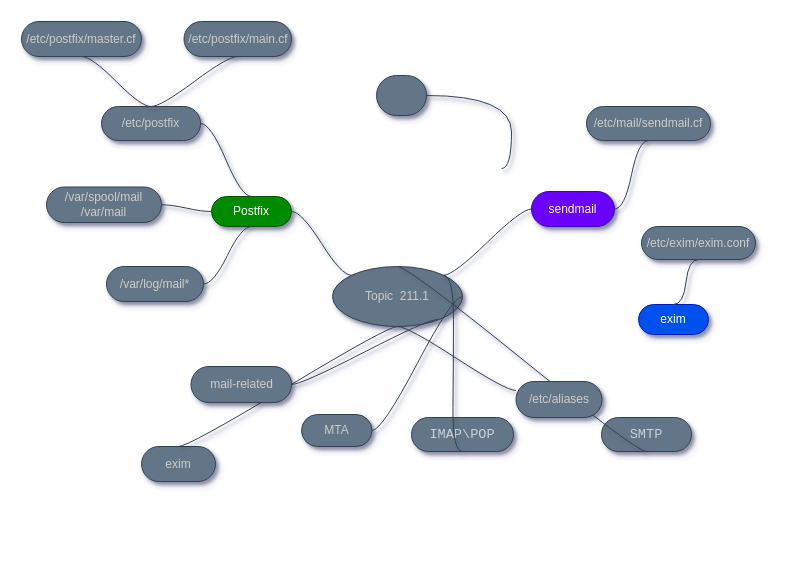
marcossilvestrini/learning-lpic-2-202-450 keeps this draw.io diagram as MindMaps/mindmap-211.1.drawio. Above is the earlier version. Source tidied: cells renumbered, new cells numbered last; positions are measured from the earlier drawing's top-left corner, leaving out a move shared by most shapes. Both pictures are drawn from the tidied source at 100%, with x=0, y=0 at pixel (21, 21).
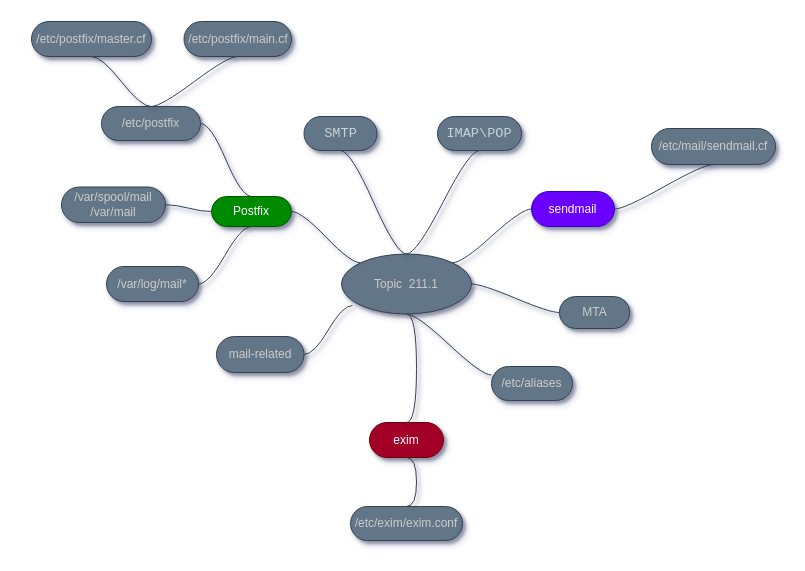
Above is the later version.

Diff of the diagram source:
```diff
@@
     <mxCell id="2" value="Topic&amp;nbsp; 211.1" style="ellipse;whiteSpace=wrap;html=1;align=center;newEdgeStyle={&quot;edgeStyle&quot;:&quot;entityRelationEdgeStyle&quot;,&quot;startArrow&quot;:&quot;none&quot;,&quot;endArrow&quot;:&quot;none&quot;,&quot;segment&quot;:10,&quot;curved&quot;:1};fillColor=#647687;fontColor=#CCCCCC;strokeColor=#314354;shadow=1;sketch=0;" parent="1" vertex="1">
-      <mxGeometry x="311" y="245" width="130" height="60" as="geometry" />
+      <mxGeometry x="320" y="232.5" width="130" height="60" as="geometry" />
     </mxCell>
     <mxCell id="3" value="&lt;pre style=&quot;box-sizing: border-box ; font-family: , , &amp;quot;sf mono&amp;quot; , &amp;quot;menlo&amp;quot; , &amp;quot;consolas&amp;quot; , &amp;quot;liberation mono&amp;quot; , monospace ; font-size: 13.6px ; margin-top: 0px ; margin-bottom: 0px ; overflow-wrap: normal ; padding: 16px ; overflow: auto ; line-height: 1.45 ; border-radius: 6px ; word-break: normal ; color: rgb(201 , 209 , 217)&quot;&gt;SMTP&lt;/pre&gt;" style="whiteSpace=wrap;html=1;rounded=1;arcSize=50;align=center;verticalAlign=middle;strokeWidth=1;spacing=4;newEdgeStyle={&quot;edgeStyle&quot;:&quot;entityRelationEdgeStyle&quot;,&quot;startArrow&quot;:&quot;none&quot;,&quot;endArrow&quot;:&quot;none&quot;,&quot;segment&quot;:10,&quot;curved&quot;:1};fillColor=#647687;fontColor=#CCCCCC;strokeColor=#314354;shadow=1;sketch=0;" parent="1" vertex="1">
-      <mxGeometry x="580" y="396" width="90" height="34" as="geometry" />
+      <mxGeometry x="282.5" y="95" width="73" height="34" as="geometry" />
     </mxCell>
@@
     <mxCell id="5" value="&lt;pre style=&quot;box-sizing: border-box ; font-family: , , &amp;quot;sf mono&amp;quot; , &amp;quot;menlo&amp;quot; , &amp;quot;consolas&amp;quot; , &amp;quot;liberation mono&amp;quot; , monospace ; font-size: 13.6px ; margin-top: 0px ; margin-bottom: 0px ; overflow-wrap: normal ; padding: 16px ; overflow: auto ; line-height: 1.45 ; border-radius: 6px ; word-break: normal ; color: rgb(201 , 209 , 217)&quot;&gt;IMAP\POP&lt;/pre&gt;" style="whiteSpace=wrap;html=1;rounded=1;arcSize=50;align=center;verticalAlign=middle;strokeWidth=1;spacing=4;newEdgeStyle={&quot;edgeStyle&quot;:&quot;entityRelationEdgeStyle&quot;,&quot;startArrow&quot;:&quot;none&quot;,&quot;endArrow&quot;:&quot;none&quot;,&quot;segment&quot;:10,&quot;curved&quot;:1};fillColor=#647687;fontColor=#CCCCCC;strokeColor=#314354;shadow=1;sketch=0;" parent="1" vertex="1">
-      <mxGeometry x="390" y="396" width="102" height="34" as="geometry" />
+      <mxGeometry x="416" y="95" width="84" height="34" as="geometry" />
     </mxCell>
-    <mxCell id="6" style="edgeStyle=entityRelationEdgeStyle;startArrow=none;endArrow=none;segment=10;curved=1;fillColor=#647687;strokeColor=#314354;shadow=1;fontColor=#CCCCCC;sketch=0;exitX=1;exitY=0;exitDx=0;exitDy=0;entryX=0.5;entryY=1;entryDx=0;entryDy=0;" parent="1" edge="1" source="2" target="5">
+    <mxCell id="6" style="edgeStyle=entityRelationEdgeStyle;startArrow=none;endArrow=none;segment=10;curved=1;fillColor=#647687;strokeColor=#314354;shadow=1;fontColor=#CCCCCC;sketch=0;exitX=0.5;exitY=0;exitDx=0;exitDy=0;entryX=0.5;entryY=1;entryDx=0;entryDy=0;" parent="1" edge="1" source="2" target="5">
       <mxGeometry relative="1" as="geometry" />
     </mxCell>
-    <mxCell id="7" value="exim" style="whiteSpace=wrap;html=1;rounded=1;arcSize=50;align=center;verticalAlign=middle;strokeWidth=1;spacing=4;newEdgeStyle={&quot;edgeStyle&quot;:&quot;entityRelationEdgeStyle&quot;,&quot;startArrow&quot;:&quot;none&quot;,&quot;endArrow&quot;:&quot;none&quot;,&quot;segment&quot;:10,&quot;curved&quot;:1};fillColor=#647687;fontColor=#CCCCCC;strokeColor=#314354;shadow=1;sketch=0;" parent="1" vertex="1">
-      <mxGeometry x="120" y="425" width="74" height="35" as="geometry" />
+    <mxCell id="7" value="exim" style="whiteSpace=wrap;html=1;rounded=1;arcSize=50;align=center;verticalAlign=middle;strokeWidth=1;spacing=4;newEdgeStyle={&quot;edgeStyle&quot;:&quot;entityRelationEdgeStyle&quot;,&quot;startArrow&quot;:&quot;none&quot;,&quot;endArrow&quot;:&quot;none&quot;,&quot;segment&quot;:10,&quot;curved&quot;:1};fillColor=#a20025;fontColor=#ffffff;strokeColor=#6F0000;shadow=1;sketch=0;" parent="1" vertex="1">
+      <mxGeometry x="348" y="401" width="74" height="35" as="geometry" />
     </mxCell>
@@
     <mxCell id="9" value="mail-related" style="whiteSpace=wrap;html=1;rounded=1;arcSize=50;align=center;verticalAlign=middle;strokeWidth=1;spacing=4;newEdgeStyle={&quot;edgeStyle&quot;:&quot;entityRelationEdgeStyle&quot;,&quot;startArrow&quot;:&quot;none&quot;,&quot;endArrow&quot;:&quot;none&quot;,&quot;segment&quot;:10,&quot;curved&quot;:1};fillColor=#647687;fontColor=#CCCCCC;strokeColor=#314354;shadow=1;sketch=0;" parent="1" vertex="1">
-      <mxGeometry x="169.5" y="345" width="100.5" height="36" as="geometry" />
+      <mxGeometry x="195" y="315" width="87.5" height="36" as="geometry" />
     </mxCell>
-    <mxCell id="10" style="edgeStyle=entityRelationEdgeStyle;startArrow=none;endArrow=none;segment=10;curved=1;exitX=0.808;exitY=0.883;exitDx=0;exitDy=0;fillColor=#647687;strokeColor=#314354;shadow=1;fontColor=#CCCCCC;sketch=0;exitPerimeter=0;" parent="1" edge="1" source="2" target="9">
+    <mxCell id="10" style="edgeStyle=entityRelationEdgeStyle;startArrow=none;endArrow=none;segment=10;curved=1;exitX=0.085;exitY=0.858;exitDx=0;exitDy=0;fillColor=#647687;strokeColor=#314354;shadow=1;fontColor=#CCCCCC;sketch=0;exitPerimeter=0;" parent="1" edge="1" source="2" target="9">
       <mxGeometry relative="1" as="geometry" />
     </mxCell>
     <mxCell id="11" value="MTA" style="whiteSpace=wrap;html=1;rounded=1;arcSize=50;align=center;verticalAlign=middle;strokeWidth=1;spacing=4;newEdgeStyle={&quot;edgeStyle&quot;:&quot;entityRelationEdgeStyle&quot;,&quot;startArrow&quot;:&quot;none&quot;,&quot;endArrow&quot;:&quot;none&quot;,&quot;segment&quot;:10,&quot;curved&quot;:1};fillColor=#647687;fontColor=#CCCCCC;strokeColor=#314354;shadow=1;sketch=0;" parent="1" vertex="1">
-      <mxGeometry x="280" y="393" width="70.5" height="32" as="geometry" />
+      <mxGeometry x="537.8" y="275" width="70.5" height="32" as="geometry" />
     </mxCell>
@@
     <mxCell id="13" value="/etc/aliases" style="whiteSpace=wrap;html=1;rounded=1;arcSize=50;align=center;verticalAlign=middle;strokeWidth=1;spacing=4;newEdgeStyle={&quot;edgeStyle&quot;:&quot;entityRelationEdgeStyle&quot;,&quot;startArrow&quot;:&quot;none&quot;,&quot;endArrow&quot;:&quot;none&quot;,&quot;segment&quot;:10,&quot;curved&quot;:1};fillColor=#647687;fontColor=#CCCCCC;strokeColor=#314354;shadow=1;sketch=0;" parent="1" vertex="1">
-      <mxGeometry x="494.5" y="360" width="86" height="36" as="geometry" />
+      <mxGeometry x="470" y="345" width="81" height="34" as="geometry" />
     </mxCell>
@@
     <mxCell id="21" value="/var/spool/mail&lt;br&gt;/var/mail" style="whiteSpace=wrap;html=1;rounded=1;arcSize=50;align=center;verticalAlign=middle;strokeWidth=1;spacing=4;newEdgeStyle={&quot;edgeStyle&quot;:&quot;entityRelationEdgeStyle&quot;,&quot;startArrow&quot;:&quot;none&quot;,&quot;endArrow&quot;:&quot;none&quot;,&quot;segment&quot;:10,&quot;curved&quot;:1};fillColor=#647687;fontColor=#CCCCCC;strokeColor=#314354;shadow=1;sketch=0;" parent="1" vertex="1">
-      <mxGeometry x="25" y="165.5" width="115" height="35.5" as="geometry" />
+      <mxGeometry x="40" y="165.5" width="104" height="35.5" as="geometry" />
     </mxCell>
@@
     <mxCell id="23" value="/var/log/mail*" style="whiteSpace=wrap;html=1;rounded=1;arcSize=50;align=center;verticalAlign=middle;strokeWidth=1;spacing=4;newEdgeStyle={&quot;edgeStyle&quot;:&quot;entityRelationEdgeStyle&quot;,&quot;startArrow&quot;:&quot;none&quot;,&quot;endArrow&quot;:&quot;none&quot;,&quot;segment&quot;:10,&quot;curved&quot;:1};fillColor=#647687;fontColor=#CCCCCC;strokeColor=#314354;shadow=1;sketch=0;" parent="1" vertex="1">
-      <mxGeometry x="85" y="245" width="97" height="35" as="geometry" />
+      <mxGeometry x="85" y="245" width="92" height="35" as="geometry" />
     </mxCell>
@@
     <mxCell id="25" value="/etc/postfix/master.cf" style="whiteSpace=wrap;html=1;rounded=1;arcSize=50;align=center;verticalAlign=middle;strokeWidth=1;spacing=4;newEdgeStyle={&quot;edgeStyle&quot;:&quot;entityRelationEdgeStyle&quot;,&quot;startArrow&quot;:&quot;none&quot;,&quot;endArrow&quot;:&quot;none&quot;,&quot;segment&quot;:10,&quot;curved&quot;:1};fillColor=#647687;fontColor=#CCCCCC;strokeColor=#314354;shadow=1;sketch=0;" parent="1" vertex="1">
-      <mxGeometry width="120" height="35" as="geometry" />
+      <mxGeometry x="10" width="120" height="35" as="geometry" />
     </mxCell>
@@
     <mxCell id="29" value="/etc/mail/sendmail.cf" style="whiteSpace=wrap;html=1;rounded=1;arcSize=50;align=center;verticalAlign=middle;strokeWidth=1;spacing=4;newEdgeStyle={&quot;edgeStyle&quot;:&quot;entityRelationEdgeStyle&quot;,&quot;startArrow&quot;:&quot;none&quot;,&quot;endArrow&quot;:&quot;none&quot;,&quot;segment&quot;:10,&quot;curved&quot;:1};fillColor=#647687;fontColor=#CCCCCC;strokeColor=#314354;shadow=1;sketch=0;" parent="1" vertex="1">
-      <mxGeometry x="565" y="85" width="124" height="34" as="geometry" />
+      <mxGeometry x="630" y="107" width="124" height="36" as="geometry" />
     </mxCell>
@@
-    <mxCell id="31" style="whiteSpace=wrap;html=1;rounded=1;arcSize=50;align=center;verticalAlign=middle;strokeWidth=1;spacing=4;newEdgeStyle={&quot;edgeStyle&quot;:&quot;entityRelationEdgeStyle&quot;,&quot;startArrow&quot;:&quot;none&quot;,&quot;endArrow&quot;:&quot;none&quot;,&quot;segment&quot;:10,&quot;curved&quot;:1};fillColor=#647687;fontColor=#CCCCCC;strokeColor=#314354;shadow=1;sketch=0;" parent="1" vertex="1">
-      <mxGeometry x="355" y="54" width="50" height="40" as="geometry" />
-    </mxCell>
-    <mxCell id="32" style="edgeStyle=entityRelationEdgeStyle;startArrow=none;endArrow=none;segment=10;curved=1;exitX=0.5;exitY=0;exitDx=0;exitDy=0;fillColor=#647687;strokeColor=#314354;shadow=1;fontColor=#CCCCCC;sketch=0;entryX=1;entryY=0.5;entryDx=0;entryDy=0;" parent="1" edge="1" target="31">
-      <mxGeometry relative="1" as="geometry">
-        <mxPoint x="480" y="147" as="sourcePoint" />
-      </mxGeometry>
-    </mxCell>
-    <mxCell id="33" value="exim" style="whiteSpace=wrap;html=1;rounded=1;arcSize=50;align=center;verticalAlign=middle;strokeWidth=1;spacing=4;newEdgeStyle={&quot;edgeStyle&quot;:&quot;entityRelationEdgeStyle&quot;,&quot;startArrow&quot;:&quot;none&quot;,&quot;endArrow&quot;:&quot;none&quot;,&quot;segment&quot;:10,&quot;curved&quot;:1};fillColor=#0050ef;fontColor=#ffffff;strokeColor=#001DBC;shadow=1;sketch=0;" parent="1" vertex="1">
-      <mxGeometry x="617" y="283" width="70" height="30" as="geometry" />
-    </mxCell>
     <mxCell id="34" value="/etc/exim/exim.conf" style="whiteSpace=wrap;html=1;rounded=1;arcSize=50;align=center;verticalAlign=middle;strokeWidth=1;spacing=4;newEdgeStyle={&quot;edgeStyle&quot;:&quot;entityRelationEdgeStyle&quot;,&quot;startArrow&quot;:&quot;none&quot;,&quot;endArrow&quot;:&quot;none&quot;,&quot;segment&quot;:10,&quot;curved&quot;:1};fillColor=#647687;fontColor=#CCCCCC;strokeColor=#314354;shadow=1;sketch=0;" parent="1" vertex="1">
-      <mxGeometry x="620" y="205" width="114" height="33" as="geometry" />
+      <mxGeometry x="329" y="485" width="112" height="34" as="geometry" />
     </mxCell>
-    <mxCell id="35" style="edgeStyle=entityRelationEdgeStyle;startArrow=none;endArrow=none;segment=10;curved=1;exitX=0.5;exitY=0;exitDx=0;exitDy=0;fillColor=#647687;strokeColor=#314354;shadow=1;fontColor=#CCCCCC;sketch=0;entryX=0.5;entryY=1;entryDx=0;entryDy=0;" parent="1" edge="1" source="33" target="34">
-      <mxGeometry relative="1" as="geometry" />
-    </mxCell>
+    <mxCell id="36" style="edgeStyle=entityRelationEdgeStyle;startArrow=none;endArrow=none;segment=10;curved=1;exitX=0.5;exitY=1;exitDx=0;exitDy=0;fillColor=#647687;strokeColor=#314354;shadow=1;fontColor=#CCCCCC;sketch=0;entryX=0.5;entryY=0;entryDx=0;entryDy=0;" parent="1" edge="1" source="7" target="34">
+      <mxGeometry relative="1" as="geometry" />
+    </mxCell>
```
